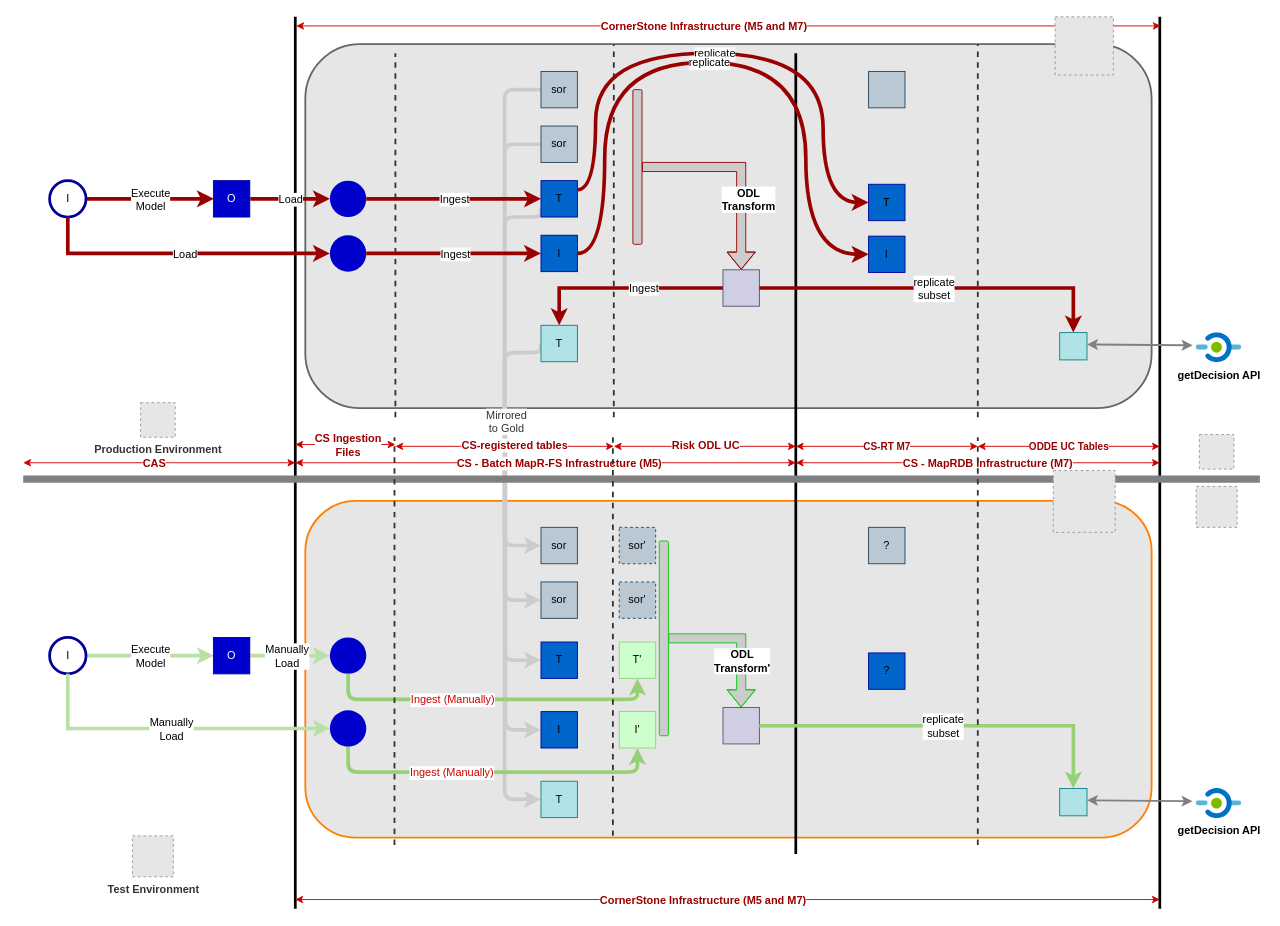
The draw.io diagram DataflowCS.drawio in gaurjain/drawio, before the edit. Source tidied: cells renumbered, new cells numbered last; positions are measured from the earlier drawing's top-left corner, leaving out a move shared by most shapes. Both pictures are drawn from the tidied source at 91%, with x=0, y=0 at pixel (23, 16). Pictures stored in the file or linked from it are replaced by grey dashed boxes.
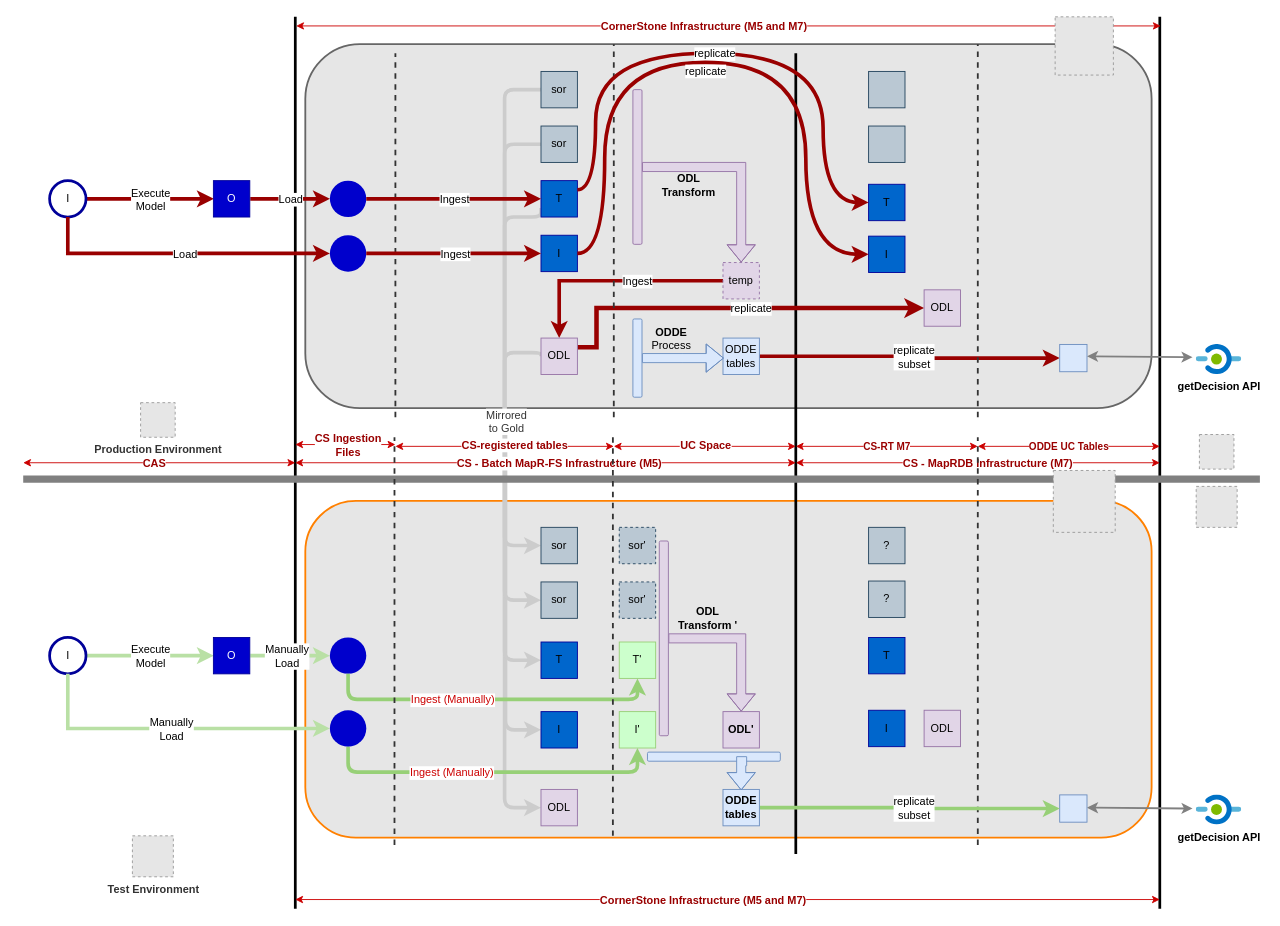
Above is the later version.

The change refers to these unchanged cells:
```xml
<mxCell id="44" style="endArrow=classic;startArrow=classic;html=1;strokeColor=#CC0000;strokeWidth=1;fontColor=#990000;fontStyle=1;" parent="1" edge="1">
  <mxGeometry relative="1" as="geometry">
    <mxPoint x="649" y="472" as="sourcePoint" />
    <mxPoint x="849" y="472" as="targetPoint" />
  </mxGeometry>
</mxCell>
<mxCell id="105" style="edgeStyle=orthogonalEdgeStyle;curved=1;rounded=0;jettySize=auto;html=1;strokeColor=#990000;strokeWidth=4;entryX=0;entryY=0.5;entryDx=0;entryDy=0;exitX=1;exitY=0.5;exitDx=0;exitDy=0;" parent="1" edge="1" source="98" target="104">
  <mxGeometry relative="1" as="geometry">
    <Array as="points">
      <mxPoint x="639" y="260" />
      <mxPoint x="639" y="50" />
      <mxPoint x="860" y="50" />
      <mxPoint x="860" y="261" />
    </Array>
  </mxGeometry>
</mxCell>
```

What changed in the source:
```diff
@@
     <mxCell id="5" style="endArrow=classic;html=1;strokeColor=#CCCCCC;strokeWidth=4;fillColor=#B3B3B3;fontColor=#CC0000;exitX=0;exitY=0.5;exitDx=0;exitDy=0;entryX=0;entryY=0.5;entryDx=0;entryDy=0;edgeStyle=orthogonalEdgeStyle;" parent="1" edge="1" source="21" target="60">
       <mxGeometry relative="1" as="geometry">
         <Array as="points">
+          <mxPoint x="569" y="369" />
           <mxPoint x="529" y="369" />
-          <mxPoint x="529" y="860" />
+          <mxPoint x="529" y="869" />
         </Array>
       </mxGeometry>
     </mxCell>
@@
-    <mxCell id="13" style="edgeStyle=orthogonalEdgeStyle;curved=1;rounded=0;jettySize=auto;html=1;strokeColor=#990000;strokeWidth=1;shape=flexArrow;exitX=1;exitY=0.5;exitDx=0;exitDy=0;fillColor=#CCCCCC;" parent="1" edge="1" source="114" target="18">
+    <mxCell id="13" style="edgeStyle=orthogonalEdgeStyle;curved=1;rounded=0;jettySize=auto;html=1;strokeColor=#9673a6;strokeWidth=1;shape=flexArrow;exitX=1;exitY=0.5;exitDx=0;exitDy=0;fillColor=#e1d5e7;" parent="1" edge="1" source="114" target="18">
       <mxGeometry relative="1" as="geometry" />
     </mxCell>
-    <mxCell id="14" value="&lt;b&gt;ODL &lt;br&gt;Transform&lt;/b&gt;" style="text;html=1;align=center;verticalAlign=middle;labelBackgroundColor=#ffffff;" parent="13" vertex="1">
+    <mxCell id="14" value="&lt;b&gt;ODL &lt;br&gt;Transform&lt;/b&gt;" style="text;html=1;align=center;verticalAlign=middle;labelBackgroundColor=none;" parent="13" vertex="1">
       <mxGeometry x="-0.3" y="-2" relative="1" as="geometry">
-        <mxPoint x="38" y="33" as="offset" />
+        <mxPoint x="-25" y="17" as="offset" />
       </mxGeometry>
     </mxCell>
@@
-    <mxCell id="18" style="whiteSpace=wrap;html=1;strokeColor=#56517e;fillColor=#d0cee2;" parent="1" vertex="1">
-      <mxGeometry x="769" y="278" width="40" height="40" as="geometry" />
+    <mxCell id="18" value="temp" style="whiteSpace=wrap;html=1;strokeColor=#9673a6;fillColor=#e1d5e7;dashed=1;" parent="1" vertex="1">
+      <mxGeometry x="769" y="270" width="40" height="40" as="geometry" />
     </mxCell>
-    <mxCell id="19" style="rounded=0;jettySize=auto;html=1;strokeColor=#990000;strokeWidth=4;edgeStyle=orthogonalEdgeStyle;exitX=1;exitY=0.5;exitDx=0;exitDy=0;" parent="1" edge="1" source="18" target="23">
+    <mxCell id="19" style="rounded=0;jettySize=auto;html=1;strokeColor=#990000;strokeWidth=4;edgeStyle=orthogonalEdgeStyle;exitX=1;exitY=0.5;exitDx=0;exitDy=0;" parent="1" edge="1" source="118" target="23">
       <mxGeometry relative="1" as="geometry" />
     </mxCell>
@@
+    <mxCell id="115" style="edgeStyle=orthogonalEdgeStyle;rounded=0;jettySize=auto;html=1;strokeWidth=5;strokeColor=#990000;exitX=1;exitY=0.25;exitDx=0;exitDy=0;entryX=0;entryY=0.5;entryDx=0;entryDy=0;" parent="1" edge="1" source="21" target="121">
+      <mxGeometry relative="1" as="geometry">
+        <Array as="points">
+          <mxPoint x="630" y="363" />
+          <mxPoint x="630" y="320" />
+        </Array>
+      </mxGeometry>
+    </mxCell>
+    <mxCell id="116" value="replicate" style="text;html=1;align=center;verticalAlign=middle;labelBackgroundColor=#ffffff;" parent="115" vertex="1">
+      <mxGeometry x="0.1" relative="1" as="geometry" />
+    </mxCell>
-    <mxCell id="21" value="T" style="whiteSpace=wrap;html=1;fillColor=#b0e3e6;strokeColor=#0e8088;" parent="1" vertex="1">
-      <mxGeometry x="569" y="339" width="40" height="40" as="geometry" />
+    <mxCell id="21" value="ODL" style="whiteSpace=wrap;html=1;fillColor=#e1d5e7;strokeColor=#9673a6;" parent="1" vertex="1">
+      <mxGeometry x="569" y="353" width="40" height="40" as="geometry" />
     </mxCell>
     <mxCell id="22" style="rounded=0;orthogonalLoop=1;jettySize=auto;html=1;strokeColor=#808080;strokeWidth=2;fontColor=#CC0000;entryX=-0.075;entryY=0.379;entryDx=0;entryDy=0;entryPerimeter=0;startArrow=classic;startFill=1;" parent="1" edge="1">
       <mxGeometry relative="1" as="geometry">
-        <mxPoint x="1169" y="360" as="sourcePoint" />
-        <mxPoint x="1285" y="361" as="targetPoint" />
+        <mxPoint x="1169" y="373" as="sourcePoint" />
+        <mxPoint x="1285" y="374" as="targetPoint" />
       </mxGeometry>
     </mxCell>
-    <mxCell id="23" style="whiteSpace=wrap;html=1;fillColor=#b0e3e6;strokeColor=#0e8088;" parent="1" vertex="1">
-      <mxGeometry x="1139" y="347" width="30" height="30" as="geometry" />
+    <mxCell id="23" style="whiteSpace=wrap;html=1;fillColor=#dae8fc;strokeColor=#6c8ebf;" parent="1" vertex="1">
+      <mxGeometry x="1139" y="360" width="30" height="30" as="geometry" />
     </mxCell>
@@
-    <mxCell id="45" value="Risk ODL UC" style="text;html=1;align=center;verticalAlign=middle;labelBackgroundColor=#ffffff;fontColor=#990000;fontStyle=1;" parent="44" vertex="1">
+    <mxCell id="45" value="UC Space" style="text;html=1;align=center;verticalAlign=middle;labelBackgroundColor=#ffffff;fontColor=#990000;fontStyle=1;" parent="44" vertex="1">
       <mxGeometry x="-0.21" y="1" relative="1" as="geometry">
         <mxPoint x="21" y="-1" as="offset" />
       </mxGeometry>
     </mxCell>
@@
     <mxCell id="52" value="&lt;b&gt;getDecision API&lt;/b&gt;" style="html=1;perimeter=none;align=center;shadow=0;dashed=0;image;fontSize=12;image=img/lib/mscae/HybridConnectionEndpoint.svg;strokeColor=#CC0000;strokeWidth=1;fillColor=#808080;gradientColor=none;" parent="1" vertex="1">
-      <mxGeometry x="1289" y="347" width="50" height="33" as="geometry" />
+      <mxGeometry x="1289" y="360" width="50" height="33" as="geometry" />
     </mxCell>
-    <mxCell id="53" style="rounded=1;whiteSpace=wrap;html=1;strokeColor=#00CC00;fillColor=#CCCCCC;strokeWidth=1;" parent="1" vertex="1">
+    <mxCell id="53" style="rounded=1;whiteSpace=wrap;html=1;strokeColor=#9673a6;fillColor=#e1d5e7;strokeWidth=1;" parent="1" vertex="1">
       <mxGeometry x="699" y="576" width="10" height="214" as="geometry" />
     </mxCell>
-    <mxCell id="54" style="edgeStyle=orthogonalEdgeStyle;curved=1;rounded=0;jettySize=auto;html=1;strokeColor=#00CC00;strokeWidth=1;shape=flexArrow;exitX=1;exitY=0.5;exitDx=0;exitDy=0;fillColor=#CCCCCC;" parent="1" edge="1" source="53" target="57">
+    <mxCell id="54" style="edgeStyle=orthogonalEdgeStyle;curved=1;rounded=0;jettySize=auto;html=1;strokeColor=#9673a6;strokeWidth=1;shape=flexArrow;exitX=1;exitY=0.5;exitDx=0;exitDy=0;fillColor=#e1d5e7;" parent="1" edge="1" source="53" target="57">
       <mxGeometry relative="1" as="geometry">
         <Array as="points">
           <mxPoint x="789" y="683" />
         </Array>
       </mxGeometry>
     </mxCell>
-    <mxCell id="55" value="&lt;b&gt;ODL &lt;br&gt;Transform'&lt;/b&gt;" style="text;html=1;align=center;verticalAlign=middle;labelBackgroundColor=#ffffff;" parent="54" vertex="1">
+    <mxCell id="55" value="&lt;b&gt;ODL &lt;br&gt;Transform '&lt;/b&gt;" style="text;html=1;align=center;verticalAlign=middle;labelBackgroundColor=none;" parent="54" vertex="1">
       <mxGeometry x="-0.3" y="-2" relative="1" as="geometry">
-        <mxPoint x="25" y="22" as="offset" />
+        <mxPoint x="-14" y="-25" as="offset" />
       </mxGeometry>
     </mxCell>
@@
-    <mxCell id="57" style="whiteSpace=wrap;html=1;strokeColor=#56517e;fillColor=#d0cee2;" parent="1" vertex="1">
-      <mxGeometry x="769" y="759" width="40" height="40" as="geometry" />
+    <mxCell id="57" value="&lt;b&gt;ODL'&lt;/b&gt;" style="whiteSpace=wrap;html=1;strokeColor=#9673a6;fillColor=#e1d5e7;" parent="1" vertex="1">
+      <mxGeometry x="769" y="763.5" width="40" height="40" as="geometry" />
     </mxCell>
-    <mxCell id="58" style="rounded=0;jettySize=auto;html=1;strokeColor=#97D077;strokeWidth=4;edgeStyle=orthogonalEdgeStyle;exitX=1;exitY=0.5;exitDx=0;exitDy=0;" parent="1" edge="1" source="57" target="62">
-      <mxGeometry relative="1" as="geometry" />
-    </mxCell>
-    <mxCell id="59" value="replicate &lt;br&gt;subset" style="text;html=1;align=center;verticalAlign=middle;labelBackgroundColor=#ffffff;" parent="58" vertex="1">
-      <mxGeometry x="-0.3" y="-1" relative="1" as="geometry">
-        <mxPoint x="56" y="-1" as="offset" />
-      </mxGeometry>
-    </mxCell>
-    <mxCell id="60" value="T" style="whiteSpace=wrap;html=1;fillColor=#b0e3e6;strokeColor=#0e8088;" parent="1" vertex="1">
-      <mxGeometry x="569" y="840" width="40" height="40" as="geometry" />
+    <mxCell id="60" value="ODL" style="whiteSpace=wrap;html=1;fillColor=#e1d5e7;strokeColor=#9673a6;" parent="1" vertex="1">
+      <mxGeometry x="569" y="849" width="40" height="40" as="geometry" />
     </mxCell>
     <mxCell id="61" style="rounded=0;orthogonalLoop=1;jettySize=auto;html=1;strokeColor=#808080;strokeWidth=2;fontColor=#CC0000;entryX=-0.075;entryY=0.379;entryDx=0;entryDy=0;entryPerimeter=0;startArrow=classic;startFill=1;" parent="1" edge="1">
       <mxGeometry relative="1" as="geometry">
-        <mxPoint x="1169" y="861" as="sourcePoint" />
-        <mxPoint x="1285" y="862" as="targetPoint" />
+        <mxPoint x="1169" y="869" as="sourcePoint" />
+        <mxPoint x="1285" y="870" as="targetPoint" />
       </mxGeometry>
     </mxCell>
-    <mxCell id="62" style="whiteSpace=wrap;html=1;fillColor=#b0e3e6;strokeColor=#0e8088;" parent="1" vertex="1">
-      <mxGeometry x="1139" y="848" width="30" height="30" as="geometry" />
+    <mxCell id="62" style="whiteSpace=wrap;html=1;fillColor=#dae8fc;strokeColor=#6c8ebf;" parent="1" vertex="1">
+      <mxGeometry x="1139" y="855" width="30" height="30" as="geometry" />
     </mxCell>
@@
-    <mxCell id="72" value="?" style="whiteSpace=wrap;html=1;strokeColor=#000099;fillColor=#0066CC;" parent="1" vertex="1">
-      <mxGeometry x="929" y="699" width="40" height="40" as="geometry" />
-    </mxCell>
     <mxCell id="73" value="&lt;b&gt;getDecision API&lt;/b&gt;" style="html=1;perimeter=none;align=center;shadow=0;dashed=0;image;fontSize=12;image=img/lib/mscae/HybridConnectionEndpoint.svg;strokeColor=#CC0000;strokeWidth=1;fillColor=#808080;gradientColor=none;" parent="1" vertex="1">
-      <mxGeometry x="1289" y="848" width="50" height="33" as="geometry" />
+      <mxGeometry x="1289" y="855" width="50" height="33" as="geometry" />
     </mxCell>
@@
     <mxCell id="106" value="replicate" style="text;html=1;align=center;verticalAlign=middle;labelBackgroundColor=#ffffff;" parent="105" vertex="1">
       <mxGeometry x="0.01" y="3" relative="1" as="geometry">
-        <mxPoint x="-20" y="3" as="offset" />
+        <mxPoint x="-24" y="12" as="offset" />
       </mxGeometry>
     </mxCell>
@@
-    <mxCell id="114" style="rounded=1;whiteSpace=wrap;html=1;strokeColor=#990000;fillColor=#CCCCCC;strokeWidth=1;" parent="1" vertex="1">
+    <mxCell id="114" style="rounded=1;whiteSpace=wrap;html=1;strokeColor=#9673a6;fillColor=#e1d5e7;strokeWidth=1;" parent="1" vertex="1">
       <mxGeometry x="670" y="80" width="10" height="170" as="geometry" />
     </mxCell>
+    <mxCell id="117" style="rounded=1;whiteSpace=wrap;html=1;strokeColor=#6c8ebf;fillColor=#dae8fc;strokeWidth=1;rotation=0;" parent="1" vertex="1">
+      <mxGeometry x="670" y="332" width="10" height="86" as="geometry" />
+    </mxCell>
+    <mxCell id="118" value="ODDE&lt;br&gt;tables" style="whiteSpace=wrap;html=1;strokeColor=#6c8ebf;fillColor=#dae8fc;" parent="1" vertex="1">
+      <mxGeometry x="769" y="353" width="40" height="40" as="geometry" />
+    </mxCell>
+    <mxCell id="119" style="edgeStyle=orthogonalEdgeStyle;curved=1;rounded=0;jettySize=auto;html=1;strokeColor=#6c8ebf;strokeWidth=1;shape=flexArrow;exitX=1;exitY=0.5;exitDx=0;exitDy=0;fillColor=#dae8fc;" parent="1" edge="1" source="117">
+      <mxGeometry relative="1" as="geometry">
+        <mxPoint x="770" y="375" as="targetPoint" />
+      </mxGeometry>
+    </mxCell>
+    <mxCell id="120" value="&lt;b&gt;ODDE&lt;br&gt;&lt;/b&gt;Process" style="text;html=1;align=center;verticalAlign=middle;labelBackgroundColor=none;" parent="119" vertex="1">
+      <mxGeometry x="-0.3" y="-2" relative="1" as="geometry">
+        <mxPoint x="-1" y="-24" as="offset" />
+      </mxGeometry>
+    </mxCell>
+    <mxCell id="121" value="ODL" style="whiteSpace=wrap;html=1;fillColor=#e1d5e7;strokeColor=#9673a6;" parent="1" vertex="1">
+      <mxGeometry x="990" y="300" width="40" height="40" as="geometry" />
+    </mxCell>
+    <mxCell id="122" style="rounded=0;jettySize=auto;html=1;strokeColor=#97D077;strokeWidth=4;edgeStyle=orthogonalEdgeStyle;exitX=1;exitY=0.5;exitDx=0;exitDy=0;entryX=0;entryY=0.5;entryDx=0;entryDy=0;" parent="1" edge="1" source="124" target="62">
+      <mxGeometry relative="1" as="geometry" />
+    </mxCell>
+    <mxCell id="59" value="replicate &lt;br&gt;subset" style="text;html=1;align=center;verticalAlign=middle;labelBackgroundColor=#ffffff;" parent="122" vertex="1">
+      <mxGeometry x="-0.3" y="-1" relative="1" as="geometry">
+        <mxPoint x="53" y="-1" as="offset" />
+      </mxGeometry>
+    </mxCell>
+    <mxCell id="123" style="rounded=1;whiteSpace=wrap;html=1;strokeColor=#6c8ebf;fillColor=#dae8fc;strokeWidth=1;rotation=90;" parent="1" vertex="1">
+      <mxGeometry x="754" y="740" width="10" height="146" as="geometry" />
+    </mxCell>
+    <mxCell id="124" value="&lt;b&gt;ODDE&lt;br&gt;tables&lt;/b&gt;" style="whiteSpace=wrap;html=1;strokeColor=#6c8ebf;fillColor=#dae8fc;" parent="1" vertex="1">
+      <mxGeometry x="769" y="849" width="40" height="40" as="geometry" />
+    </mxCell>
+    <mxCell id="125" style="edgeStyle=orthogonalEdgeStyle;curved=1;rounded=0;jettySize=auto;html=1;strokeColor=#6c8ebf;strokeWidth=1;shape=flexArrow;exitX=1;exitY=0.25;exitDx=0;exitDy=0;fillColor=#dae8fc;" parent="1" edge="1" source="123">
+      <mxGeometry relative="1" as="geometry">
+        <mxPoint x="789" y="850" as="targetPoint" />
+      </mxGeometry>
+    </mxCell>
+    <mxCell id="126" value="T" style="whiteSpace=wrap;html=1;strokeColor=#000099;fillColor=#0066CC;" parent="1" vertex="1">
+      <mxGeometry x="929" y="682" width="40" height="40" as="geometry" />
+    </mxCell>
+    <mxCell id="127" value="I" style="whiteSpace=wrap;html=1;strokeColor=#000099;fillColor=#0066CC;verticalAlign=middle;" parent="1" vertex="1">
+      <mxGeometry x="929" y="762" width="40" height="40" as="geometry" />
+    </mxCell>
+    <mxCell id="128" value="ODL" style="whiteSpace=wrap;html=1;fillColor=#e1d5e7;strokeColor=#9673a6;" parent="1" vertex="1">
+      <mxGeometry x="990" y="762" width="40" height="40" as="geometry" />
+    </mxCell>
+    <mxCell id="129" style="whiteSpace=wrap;html=1;strokeColor=#23445d;fillColor=#bac8d3;" parent="1" vertex="1">
+      <mxGeometry x="929" y="120" width="40" height="40" as="geometry" />
+    </mxCell>
+    <mxCell id="72" value="?" style="whiteSpace=wrap;html=1;strokeColor=#23445d;fillColor=#bac8d3;" parent="1" vertex="1">
+      <mxGeometry x="929" y="620" width="40" height="40" as="geometry" />
+    </mxCell>
```
